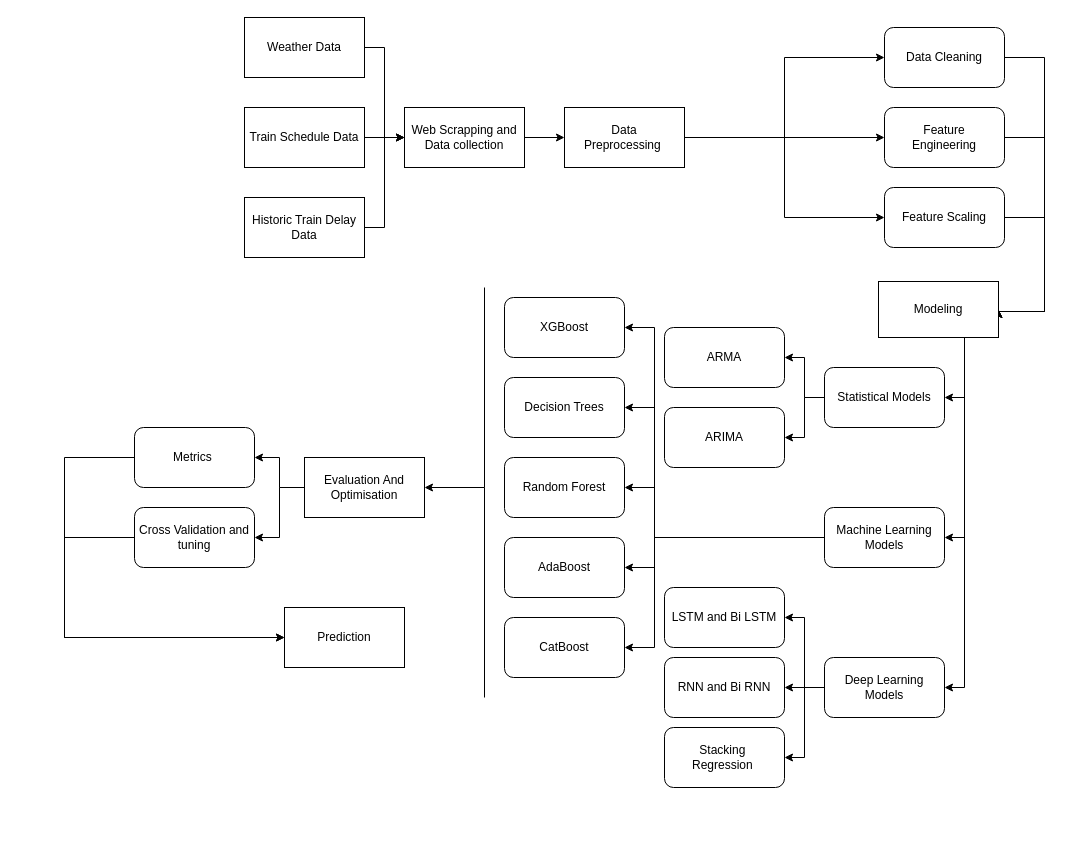
Before: Architecture Diagram.drawio in illuminatryX/TrainDelay, a draw.io diagram. Source tidied: cells renumbered, new cells numbered last; positions are measured from the earlier drawing's top-left corner, leaving out a move shared by most shapes. Both pictures are drawn from the tidied source at 100%, with x=0, y=0 at pixel (64, 17).
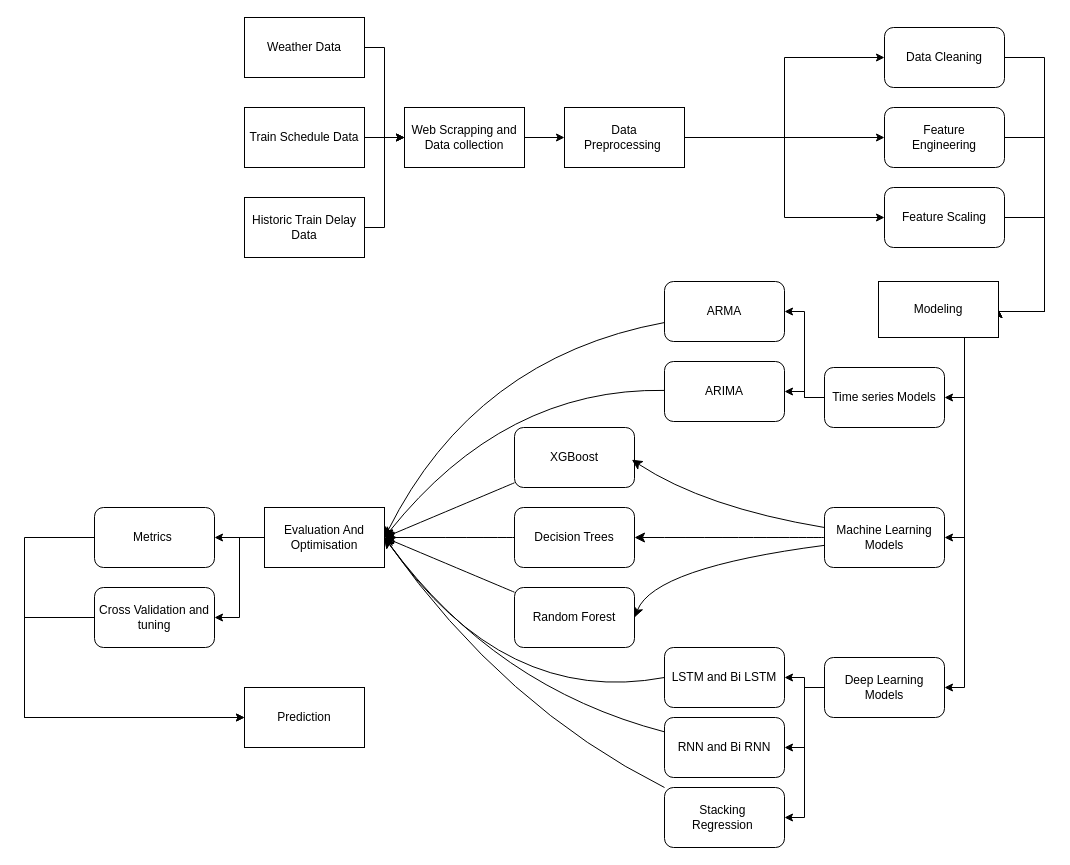
After the change.

Unchanged cells that the change refers to:
```xml
<mxCell id="34" value="Machine Learning Models" style="rounded=1;whiteSpace=wrap;html=1;" parent="1" vertex="1">
  <mxGeometry x="760" y="490" width="120" height="60" as="geometry" />
</mxCell>
```

What changed in the source:
```diff
@@
-    <mxCell id="26" value="Statistical Models" style="rounded=1;whiteSpace=wrap;html=1;" parent="1" vertex="1">
+    <mxCell id="26" value="Time series Models" style="rounded=1;whiteSpace=wrap;html=1;" parent="1" vertex="1">
       <mxGeometry x="760" y="350" width="120" height="60" as="geometry" />
     </mxCell>
+    <mxCell id="57" style="edgeStyle=none;curved=1;rounded=0;jettySize=auto;html=1;entryX=1;entryY=0.5;entryDx=0;entryDy=0;fontSize=12;startSize=8;endSize=8;" parent="1" edge="1" source="27" target="49">
+      <mxGeometry relative="1" as="geometry">
+        <Array as="points">
+          <mxPoint x="410" y="340" />
+        </Array>
+      </mxGeometry>
+    </mxCell>
     <mxCell id="27" value="ARMA" style="rounded=1;whiteSpace=wrap;html=1;" parent="1" vertex="1">
-      <mxGeometry x="600" y="310" width="120" height="60" as="geometry" />
+      <mxGeometry x="600" y="264" width="120" height="60" as="geometry" />
     </mxCell>
+    <mxCell id="58" style="edgeStyle=none;curved=1;rounded=0;jettySize=auto;html=1;entryX=1;entryY=0.5;entryDx=0;entryDy=0;fontSize=12;startSize=8;endSize=8;" parent="1" edge="1" source="28" target="49">
+      <mxGeometry relative="1" as="geometry">
+        <Array as="points">
+          <mxPoint x="440" y="370" />
+        </Array>
+      </mxGeometry>
+    </mxCell>
     <mxCell id="28" value="ARIMA" style="rounded=1;whiteSpace=wrap;html=1;" parent="1" vertex="1">
-      <mxGeometry x="600" y="390" width="120" height="60" as="geometry" />
+      <mxGeometry x="600" y="344" width="120" height="60" as="geometry" />
     </mxCell>
-    <mxCell id="29" style="edgeStyle=orthogonalEdgeStyle;rounded=0;jettySize=auto;html=1;entryX=1;entryY=0.5;entryDx=0;entryDy=0;" parent="1" edge="1" source="34" target="35">
-      <mxGeometry relative="1" as="geometry">
-        <Array as="points">
-          <mxPoint x="590" y="520" />
-          <mxPoint x="590" y="390" />
-        </Array>
-      </mxGeometry>
+    <mxCell id="29" style="edgeStyle=none;curved=1;rounded=0;jettySize=auto;html=1;entryX=1;entryY=0.5;entryDx=0;entryDy=0;fontSize=12;startSize=8;endSize=8;" parent="1" edge="1" source="34" target="35">
+      <mxGeometry relative="1" as="geometry" />
     </mxCell>
-    <mxCell id="30" style="edgeStyle=orthogonalEdgeStyle;rounded=0;jettySize=auto;html=1;entryX=1;entryY=0.5;entryDx=0;entryDy=0;" parent="1" edge="1" source="34" target="36">
+    <mxCell id="30" style="edgeStyle=none;curved=1;rounded=0;jettySize=auto;html=1;entryX=1;entryY=0.5;entryDx=0;entryDy=0;fontSize=12;startSize=8;endSize=8;" parent="1" edge="1" source="34" target="36">
       <mxGeometry relative="1" as="geometry">
         <Array as="points">
-          <mxPoint x="590" y="520" />
-          <mxPoint x="590" y="470" />
+          <mxPoint x="590" y="550" />
         </Array>
       </mxGeometry>
     </mxCell>
-    <mxCell id="31" style="edgeStyle=orthogonalEdgeStyle;rounded=0;jettySize=auto;html=1;entryX=1;entryY=0.5;entryDx=0;entryDy=0;" parent="1" edge="1" source="34" target="38">
-      <mxGeometry relative="1" as="geometry">
-        <Array as="points">
-          <mxPoint x="590" y="520" />
-          <mxPoint x="590" y="310" />
-        </Array>
-      </mxGeometry>
-    </mxCell>
-    <mxCell id="32" style="edgeStyle=orthogonalEdgeStyle;rounded=0;jettySize=auto;html=1;entryX=1;entryY=0.5;entryDx=0;entryDy=0;" parent="1" edge="1" source="34" target="37">
-      <mxGeometry relative="1" as="geometry">
-        <Array as="points">
-          <mxPoint x="590" y="520" />
-          <mxPoint x="590" y="550" />
-        </Array>
-      </mxGeometry>
-    </mxCell>
-    <mxCell id="33" style="edgeStyle=orthogonalEdgeStyle;rounded=0;jettySize=auto;html=1;entryX=1;entryY=0.5;entryDx=0;entryDy=0;" parent="1" edge="1" source="34" target="39">
-      <mxGeometry relative="1" as="geometry">
-        <Array as="points">
-          <mxPoint x="590" y="520" />
-          <mxPoint x="590" y="630" />
-        </Array>
-      </mxGeometry>
-    </mxCell>
@@
+    <mxCell id="59" style="edgeStyle=none;curved=1;rounded=0;jettySize=auto;html=1;entryX=1;entryY=0.5;entryDx=0;entryDy=0;fontSize=12;startSize=8;endSize=8;" parent="1" edge="1" source="35" target="49">
+      <mxGeometry relative="1" as="geometry" />
+    </mxCell>
     <mxCell id="35" value="Decision Trees" style="rounded=1;whiteSpace=wrap;html=1;" parent="1" vertex="1">
-      <mxGeometry x="440" y="360" width="120" height="60" as="geometry" />
+      <mxGeometry x="450" y="490" width="120" height="60" as="geometry" />
     </mxCell>
+    <mxCell id="60" style="edgeStyle=none;curved=1;rounded=0;jettySize=auto;html=1;entryX=1;entryY=0.5;entryDx=0;entryDy=0;fontSize=12;startSize=8;endSize=8;" parent="1" edge="1" source="36" target="49">
+      <mxGeometry relative="1" as="geometry" />
+    </mxCell>
     <mxCell id="36" value="Random Forest" style="rounded=1;whiteSpace=wrap;html=1;" parent="1" vertex="1">
-      <mxGeometry x="440" y="440" width="120" height="60" as="geometry" />
+      <mxGeometry x="450" y="570" width="120" height="60" as="geometry" />
     </mxCell>
-    <mxCell id="37" value="AdaBoost" style="rounded=1;whiteSpace=wrap;html=1;" parent="1" vertex="1">
-      <mxGeometry x="440" y="520" width="120" height="60" as="geometry" />
-    </mxCell>
+    <mxCell id="61" style="edgeStyle=none;curved=1;rounded=0;jettySize=auto;html=1;entryX=1;entryY=0.5;entryDx=0;entryDy=0;fontSize=12;startSize=8;endSize=8;" parent="1" edge="1" source="38" target="49">
+      <mxGeometry relative="1" as="geometry" />
+    </mxCell>
     <mxCell id="38" value="XGBoost" style="rounded=1;whiteSpace=wrap;html=1;" parent="1" vertex="1">
-      <mxGeometry x="440" y="280" width="120" height="60" as="geometry" />
+      <mxGeometry x="450" y="410" width="120" height="60" as="geometry" />
     </mxCell>
-    <mxCell id="39" value="CatBoost" style="rounded=1;whiteSpace=wrap;html=1;" parent="1" vertex="1">
-      <mxGeometry x="440" y="600" width="120" height="60" as="geometry" />
-    </mxCell>
@@
+    <mxCell id="62" style="edgeStyle=none;curved=1;rounded=0;jettySize=auto;html=1;entryX=1;entryY=0.5;entryDx=0;entryDy=0;fontSize=12;startSize=8;endSize=8;exitX=0;exitY=0.5;exitDx=0;exitDy=0;" parent="1" edge="1" source="44" target="49">
+      <mxGeometry relative="1" as="geometry">
+        <Array as="points">
+          <mxPoint x="440" y="690" />
+        </Array>
+      </mxGeometry>
+    </mxCell>
     <mxCell id="44" value="LSTM and Bi LSTM" style="rounded=1;whiteSpace=wrap;html=1;" parent="1" vertex="1">
-      <mxGeometry x="600" y="570" width="120" height="60" as="geometry" />
+      <mxGeometry x="600" y="630" width="120" height="60" as="geometry" />
     </mxCell>
+    <mxCell id="63" style="edgeStyle=none;curved=1;rounded=0;jettySize=auto;html=1;entryX=1;entryY=0.5;entryDx=0;entryDy=0;fontSize=12;startSize=8;endSize=8;" parent="1" edge="1" source="45" target="49">
+      <mxGeometry relative="1" as="geometry">
+        <Array as="points">
+          <mxPoint x="430" y="670" />
+        </Array>
+      </mxGeometry>
+    </mxCell>
     <mxCell id="45" value="RNN and Bi RNN" style="rounded=1;whiteSpace=wrap;html=1;" parent="1" vertex="1">
-      <mxGeometry x="600" y="640" width="120" height="60" as="geometry" />
+      <mxGeometry x="600" y="700" width="120" height="60" as="geometry" />
     </mxCell>
+    <mxCell id="64" style="edgeStyle=none;curved=1;rounded=0;jettySize=auto;html=1;entryX=1;entryY=0.5;entryDx=0;entryDy=0;fontSize=12;startSize=8;endSize=8;" parent="1" edge="1" source="46" target="49">
+      <mxGeometry relative="1" as="geometry">
+        <Array as="points">
+          <mxPoint x="440" y="690" />
+        </Array>
+      </mxGeometry>
+    </mxCell>
     <mxCell id="46" value="Stacking&amp;nbsp;&lt;div&gt;Regression&amp;nbsp;&lt;/div&gt;" style="rounded=1;whiteSpace=wrap;html=1;" parent="1" vertex="1">
-      <mxGeometry x="600" y="710" width="120" height="60" as="geometry" />
+      <mxGeometry x="600" y="770" width="120" height="60" as="geometry" />
     </mxCell>
@@
     <mxCell id="49" value="Evaluation And Optimisation" style="rounded=0;whiteSpace=wrap;html=1;" parent="1" vertex="1">
-      <mxGeometry x="240" y="440" width="120" height="60" as="geometry" />
+      <mxGeometry x="200" y="490" width="120" height="60" as="geometry" />
     </mxCell>
-    <mxCell id="50" style="endArrow=classic;html=1;rounded=0;entryX=1;entryY=0.5;entryDx=0;entryDy=0;" parent="1" edge="1" target="49">
-      <mxGeometry relative="1" as="geometry">
-        <mxPoint x="420" y="470" as="sourcePoint" />
-      </mxGeometry>
-    </mxCell>
     <mxCell id="51" style="edgeStyle=orthogonalEdgeStyle;rounded=0;jettySize=auto;html=1;entryX=0;entryY=0.5;entryDx=0;entryDy=0;" parent="1" edge="1" source="52" target="56">
       <mxGeometry relative="1" as="geometry">
         <Array as="points">
-          <mxPoint y="440" />
-          <mxPoint y="620" />
+          <mxPoint x="-40" y="520" />
+          <mxPoint x="-40" y="700" />
         </Array>
       </mxGeometry>
     </mxCell>
     <mxCell id="52" value="Metrics&amp;nbsp;" style="rounded=1;whiteSpace=wrap;html=1;" parent="1" vertex="1">
-      <mxGeometry x="70" y="410" width="120" height="60" as="geometry" />
+      <mxGeometry x="30" y="490" width="120" height="60" as="geometry" />
     </mxCell>
     <mxCell id="53" style="edgeStyle=orthogonalEdgeStyle;rounded=0;jettySize=auto;html=1;entryX=0;entryY=0.5;entryDx=0;entryDy=0;" parent="1" edge="1" source="54" target="56">
       <mxGeometry relative="1" as="geometry">
         <Array as="points">
-          <mxPoint y="520" />
-          <mxPoint y="620" />
+          <mxPoint x="-40" y="600" />
+          <mxPoint x="-40" y="700" />
         </Array>
       </mxGeometry>
     </mxCell>
     <mxCell id="54" value="Cross Validation and tuning" style="rounded=1;whiteSpace=wrap;html=1;" parent="1" vertex="1">
-      <mxGeometry x="70" y="490" width="120" height="60" as="geometry" />
+      <mxGeometry x="30" y="570" width="120" height="60" as="geometry" />
     </mxCell>
-    <mxCell id="55" style="endArrow=none;html=1;rounded=0;" parent="1" edge="1">
-      <mxGeometry relative="1" as="geometry">
-        <mxPoint x="420" y="680" as="sourcePoint" />
-        <mxPoint x="420" y="270" as="targetPoint" />
-        <Array as="points">
-          <mxPoint x="420" y="470" />
-        </Array>
-      </mxGeometry>
-    </mxCell>
     <mxCell id="56" value="Prediction" style="rounded=0;whiteSpace=wrap;html=1;" parent="1" vertex="1">
-      <mxGeometry x="220" y="590" width="120" height="60" as="geometry" />
+      <mxGeometry x="180" y="670" width="120" height="60" as="geometry" />
     </mxCell>
+    <mxCell id="65" style="edgeStyle=none;curved=1;rounded=0;orthogonalLoop=1;jettySize=auto;html=1;entryX=0;entryY=0.5;entryDx=0;entryDy=0;fontSize=12;startSize=8;endSize=8;" parent="1" edge="1" source="34" target="34">
+      <mxGeometry relative="1" as="geometry" />
+    </mxCell>
+    <mxCell id="31" style="edgeStyle=none;curved=1;rounded=0;jettySize=auto;html=1;entryX=0.978;entryY=0.537;entryDx=0;entryDy=0;entryPerimeter=0;fontSize=12;startSize=8;endSize=8;" parent="1" edge="1" source="34" target="38">
+      <mxGeometry relative="1" as="geometry">
+        <Array as="points">
+          <mxPoint x="640" y="490" />
+        </Array>
+      </mxGeometry>
+    </mxCell>
```
